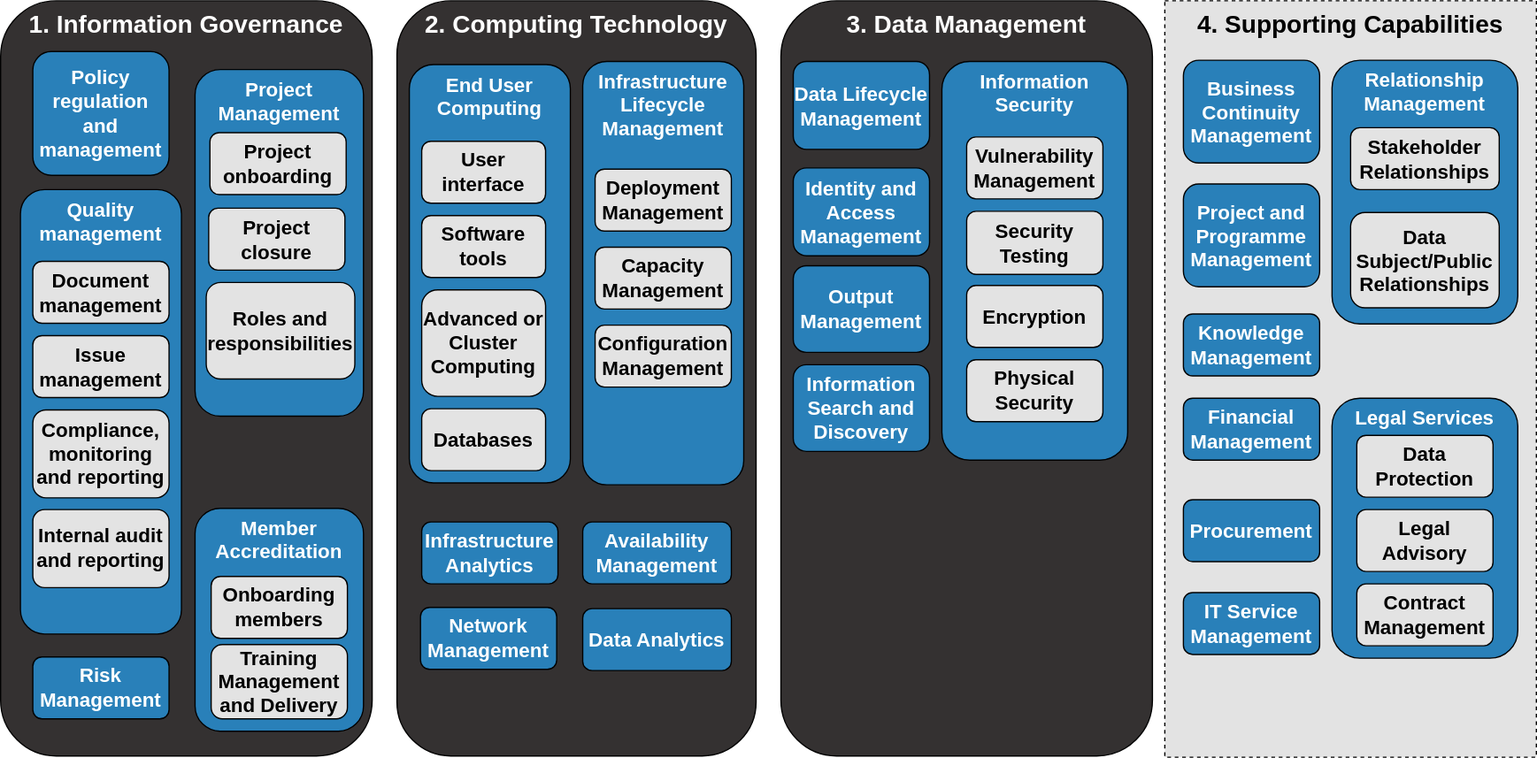
Before: docs/images/Capability_Map/full.drawio.svg, a diagram exported from draw.io (sa-tre/satre-specification). Source tidied: cells renumbered, new cells last; positions are measured from the earlier drawing's top-left corner, leaving out a move shared by most shapes.
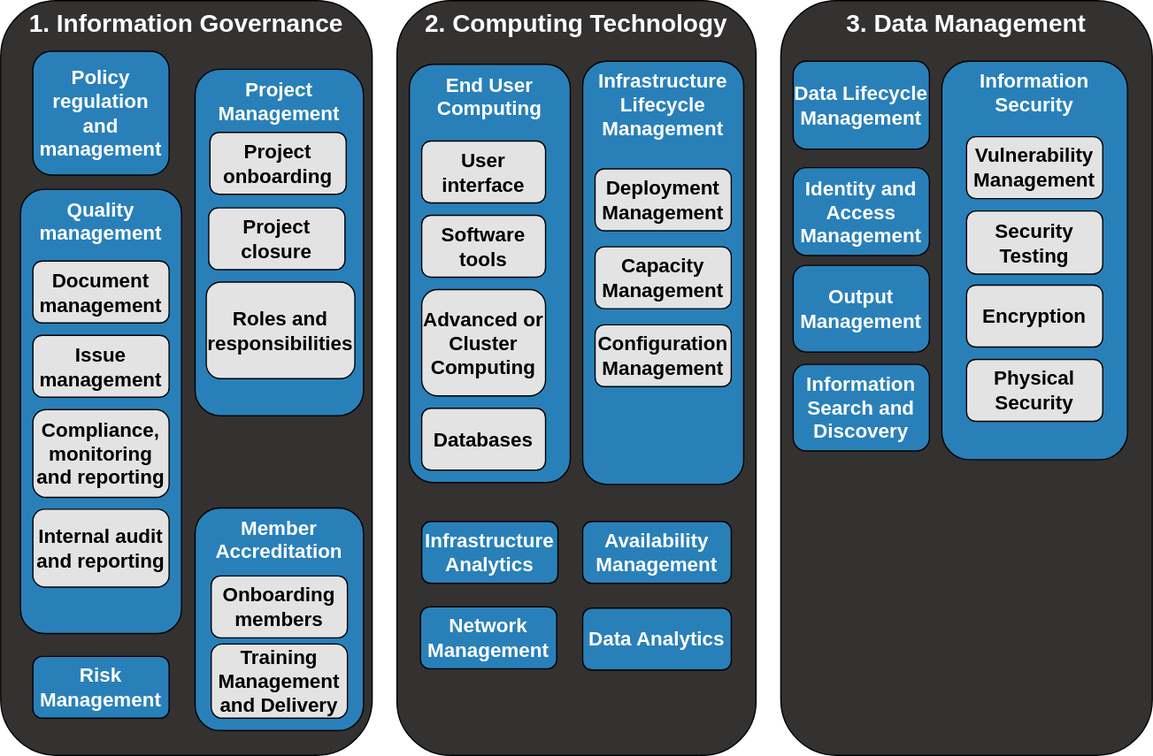
Above is the later version.

Commit message:
remove supporting pillar

What changed in the source:
```diff
@@ -71,48 +71,6 @@
     <mxCell id="24" value="&lt;font style=&quot;font-size: 16px;&quot;&gt;Physical Security&lt;/font&gt;" style="rounded=1;whiteSpace=wrap;html=1;fillColor=#E3E3E3;strokeColor=#000000;fontSize=16;fontStyle=1;fontColor=#000000;labelBorderColor=none;" parent="1" vertex="1">
       <mxGeometry x="780" y="290" width="110" height="50" as="geometry" />
     </mxCell>
-    <mxCell id="25" value="&lt;font style=&quot;font-size: 20px;&quot;&gt;4. Supporting Capabilities&lt;/font&gt;" style="rounded=0;whiteSpace=wrap;html=1;verticalAlign=top;dashed=1;fontSize=20;fontStyle=1;fillColor=#E3E3E3;strokeColor=#000000;" parent="1" vertex="1">
-      <mxGeometry x="940" width="300" height="611" as="geometry" />
-    </mxCell>
-    <mxCell id="26" value="Knowledge Management" style="rounded=1;whiteSpace=wrap;html=1;fillColor=#2980B9;strokeColor=#000000;fontSize=16;fontStyle=1;fontColor=#FFFFFF;" parent="1" vertex="1">
-      <mxGeometry x="955" y="253" width="110" height="50" as="geometry" />
-    </mxCell>
-    <mxCell id="27" value="&lt;font style=&quot;font-size: 16px;&quot;&gt;Project and Programme Management&lt;/font&gt;" style="rounded=1;whiteSpace=wrap;html=1;fillColor=#2980B9;strokeColor=#000000;fontSize=16;fontStyle=1;fontColor=#FFFFFF;" parent="1" vertex="1">
-      <mxGeometry x="955" y="148" width="110" height="83" as="geometry" />
-    </mxCell>
-    <mxCell id="28" value="&lt;font style=&quot;font-size: 16px;&quot;&gt;Business Continuity Management&lt;/font&gt;" style="rounded=1;whiteSpace=wrap;html=1;fillColor=#2980B9;strokeColor=#000000;fontSize=16;fontStyle=1;fontColor=#FFFFFF;" parent="1" vertex="1">
-      <mxGeometry x="955" y="48" width="110" height="83" as="geometry" />
-    </mxCell>
-    <mxCell id="29" value="Financial Management" style="rounded=1;whiteSpace=wrap;html=1;fillColor=#2980B9;strokeColor=#000000;fontSize=16;fontStyle=1;fontColor=#FFFFFF;" parent="1" vertex="1">
-      <mxGeometry x="955" y="321" width="110" height="50" as="geometry" />
-    </mxCell>
-    <mxCell id="30" value="&lt;font style=&quot;font-size: 16px;&quot;&gt;Relationship Management&lt;/font&gt;" style="rounded=1;whiteSpace=wrap;html=1;fillColor=#2980B9;strokeColor=#000000;verticalAlign=top;fontSize=16;fontStyle=1;fontColor=#FFFFFF;" parent="1" vertex="1">
-      <mxGeometry x="1075" y="48" width="150" height="213" as="geometry" />
-    </mxCell>
-    <mxCell id="31" value="&lt;font style=&quot;font-size: 16px;&quot;&gt;Stakeholder Relationships&lt;/font&gt;" style="rounded=1;whiteSpace=wrap;html=1;fillColor=#E3E3E3;strokeColor=#000000;fontSize=16;fontStyle=1;fontColor=#000000;labelBorderColor=none;" parent="1" vertex="1">
-      <mxGeometry x="1090" y="102.5" width="120" height="50" as="geometry" />
-    </mxCell>
-    <mxCell id="32" value="&lt;font style=&quot;font-size: 16px;&quot;&gt;Data Subject/Public Relationships&lt;/font&gt;" style="rounded=1;whiteSpace=wrap;html=1;fillColor=#E3E3E3;strokeColor=#000000;fontSize=16;fontStyle=1;fontColor=#000000;labelBorderColor=none;" parent="1" vertex="1">
-      <mxGeometry x="1090" y="171" width="120" height="77" as="geometry" />
-    </mxCell>
-    <mxCell id="33" value="&lt;font style=&quot;font-size: 16px;&quot;&gt;Legal Services&lt;/font&gt;" style="rounded=1;whiteSpace=wrap;html=1;fillColor=#2980B9;strokeColor=#000000;verticalAlign=top;fontSize=16;fontStyle=1;fontColor=#FFFFFF;" parent="1" vertex="1">
-      <mxGeometry x="1075" y="321" width="150" height="210" as="geometry" />
-    </mxCell>
-    <mxCell id="34" value="&lt;font style=&quot;font-size: 16px;&quot;&gt;Data Protection&lt;/font&gt;" style="rounded=1;whiteSpace=wrap;html=1;fillColor=#E3E3E3;strokeColor=#000000;fontSize=16;fontStyle=1;fontColor=#000000;labelBorderColor=none;" parent="1" vertex="1">
-      <mxGeometry x="1095" y="351" width="110" height="50" as="geometry" />
-    </mxCell>
-    <mxCell id="35" value="&lt;font style=&quot;font-size: 16px;&quot;&gt;Legal Advisory&lt;/font&gt;" style="rounded=1;whiteSpace=wrap;html=1;fillColor=#E3E3E3;strokeColor=#000000;fontSize=16;fontStyle=1;fontColor=#000000;labelBorderColor=none;" parent="1" vertex="1">
-      <mxGeometry x="1095" y="411" width="110" height="50" as="geometry" />
-    </mxCell>
-    <mxCell id="36" value="Contract Management" style="rounded=1;whiteSpace=wrap;html=1;fillColor=#E3E3E3;strokeColor=#000000;fontSize=16;fontStyle=1;fontColor=#000000;labelBorderColor=none;" parent="1" vertex="1">
-      <mxGeometry x="1095" y="471" width="110" height="50" as="geometry" />
-    </mxCell>
-    <mxCell id="37" value="Procurement" style="rounded=1;whiteSpace=wrap;html=1;fillColor=#2980B9;strokeColor=#000000;fontSize=16;fontStyle=1;fontColor=#FFFFFF;" parent="1" vertex="1">
-      <mxGeometry x="955" y="403" width="110" height="50" as="geometry" />
-    </mxCell>
-    <mxCell id="38" value="IT Service Management" style="rounded=1;whiteSpace=wrap;html=1;fillColor=#2980B9;strokeColor=#000000;fontSize=16;fontStyle=1;fontColor=#FFFFFF;" parent="1" vertex="1">
-      <mxGeometry x="955" y="478" width="110" height="50" as="geometry" />
-    </mxCell>
     <mxCell id="39" value="&lt;font style=&quot;font-size: 16px;&quot;&gt;Policy regulation and management&lt;/font&gt;" style="rounded=1;whiteSpace=wrap;html=1;fillColor=#2980B9;strokeColor=#000000;fontSize=16;fontStyle=1;fontColor=#FFFFFF;" parent="1" vertex="1">
       <mxGeometry x="26" y="41" width="110" height="100" as="geometry" />
     </mxCell>
```
